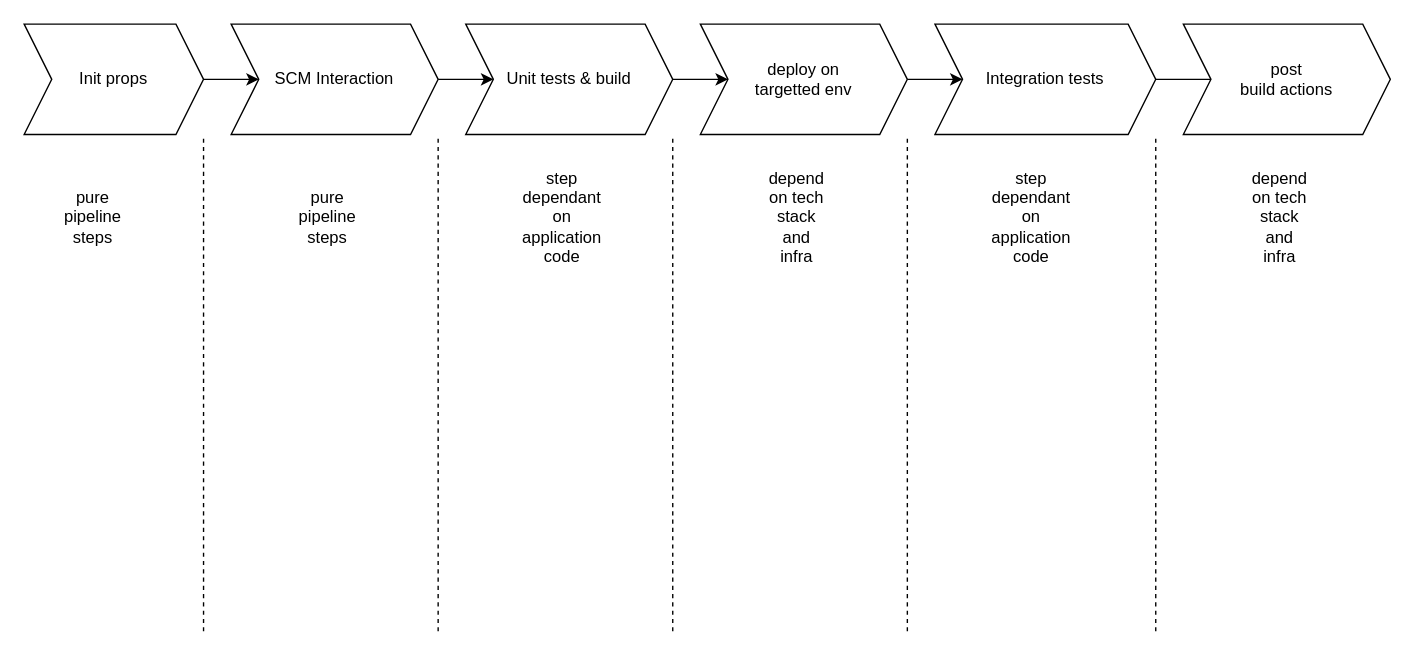
Earlier version of the draw.io diagram Pipeline.drawio (claytonbrown/aws-drawing). Source tidied: cells renumbered, new cells numbered last; positions are measured from the earlier drawing's top-left corner, leaving out a move shared by most shapes. Both pictures are drawn from the tidied source at 138%, with x=0, y=0 at pixel (23, 23).
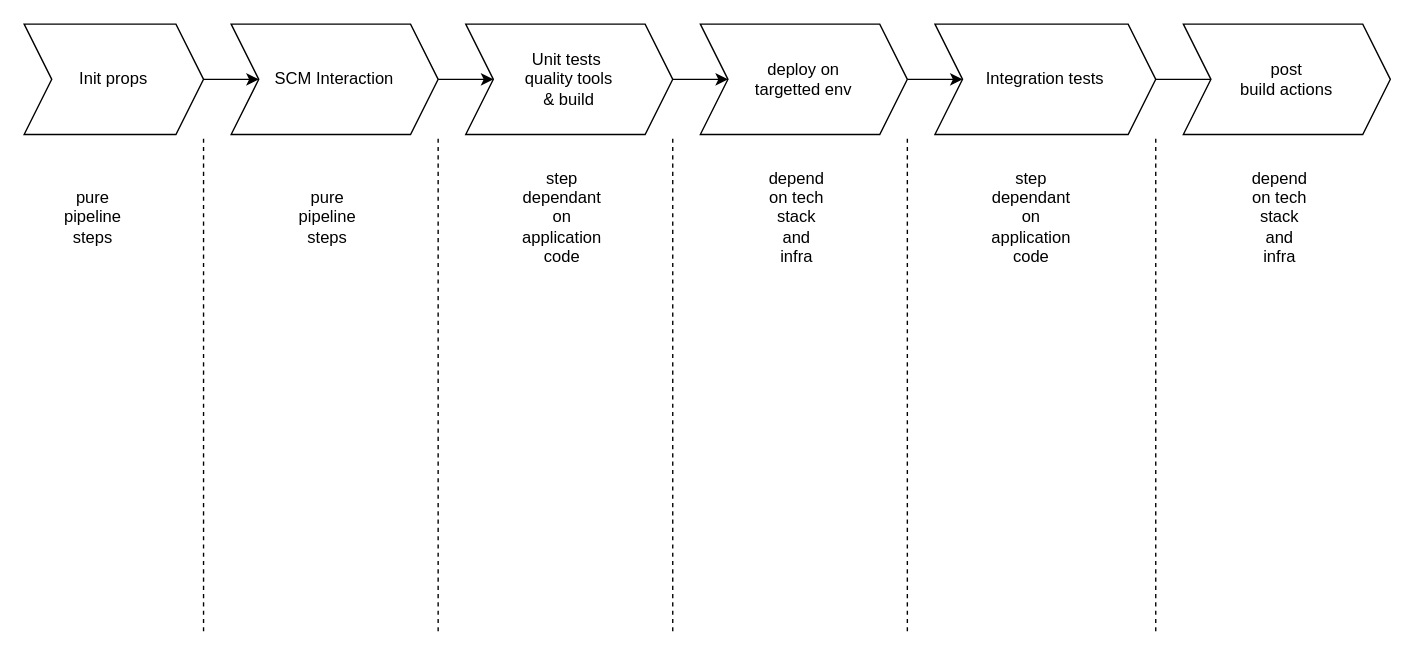
The same page after the edit.

Change to the diagram source:
```diff
@@
-    <mxCell id="7" value="Unit tests &amp;amp; build" style="shape=step;perimeter=stepPerimeter;whiteSpace=wrap;html=1;fixedSize=1;" parent="1" vertex="1">
+    <mxCell id="7" value="Unit tests&amp;nbsp;&lt;br&gt;quality tools&lt;br&gt;&amp;amp; build" style="shape=step;perimeter=stepPerimeter;whiteSpace=wrap;html=1;fixedSize=1;" parent="1" vertex="1">
       <mxGeometry x="320" width="150" height="80" as="geometry" />
     </mxCell>
```
